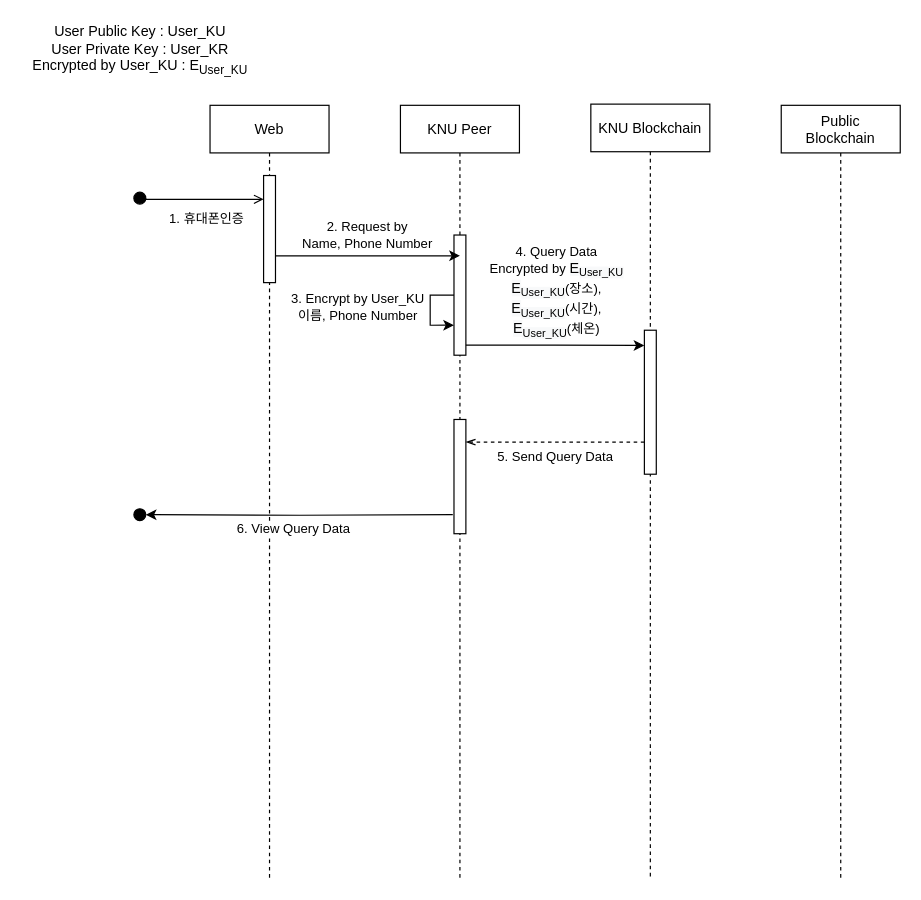
Before: page "query" (3 of 3) of Sequence Diagram.drawio in GunhyungKim/TrackingSystem, a draw.io diagram. Source tidied: cells renumbered, new cells numbered last; positions are measured from the earlier drawing's top-left corner, leaving out a move shared by most shapes. Both pictures are drawn from the tidied source at 119%, with x=0, y=0 at pixel (20, 20).
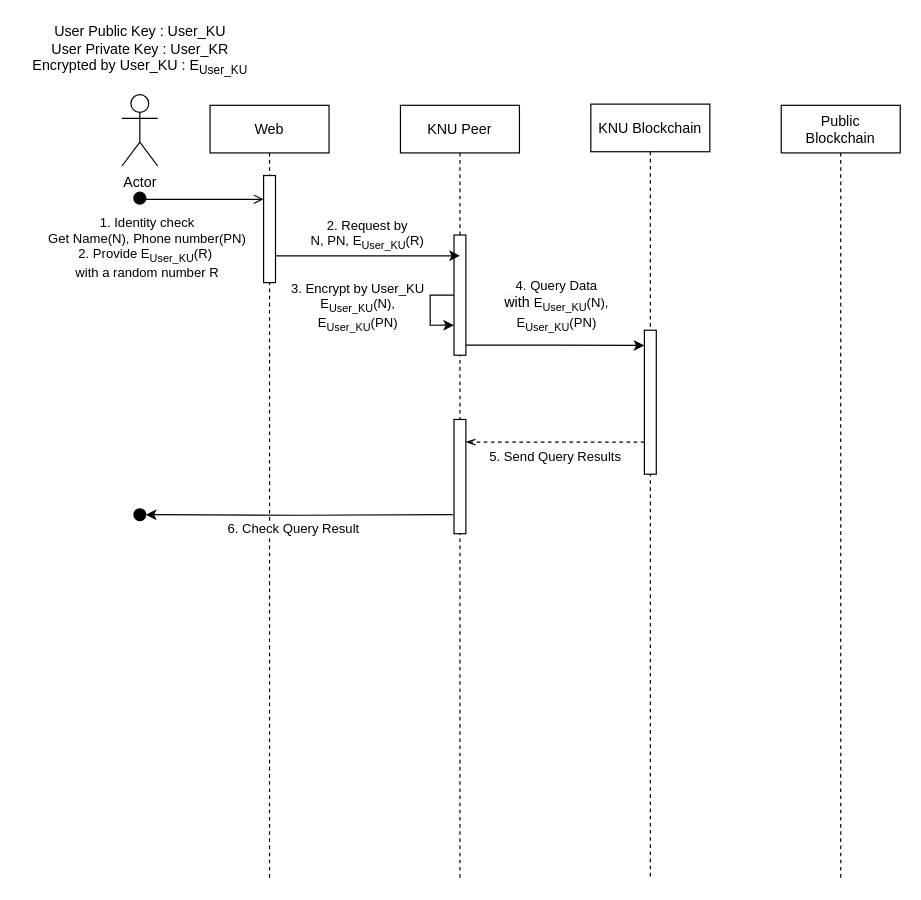
The same diagram, later.

Unchanged cells that the change refers to:
```xml
<mxCell id="7" style="edgeStyle=orthogonalEdgeStyle;rounded=0;orthogonalLoop=1;jettySize=auto;html=1;exitX=0;exitY=0.5;exitDx=0;exitDy=0;entryX=0;entryY=0.75;entryDx=0;entryDy=0;" parent="4" edge="1" source="5" target="5">
  <mxGeometry relative="1" as="geometry">
    <Array as="points">
      <mxPoint x="25" y="160" />
      <mxPoint x="25" y="185" />
    </Array>
  </mxGeometry>
</mxCell>
<mxCell id="12" style="edgeStyle=orthogonalEdgeStyle;rounded=0;jettySize=auto;html=1;exitX=1;exitY=0.5;exitDx=0;exitDy=0;endArrow=open;endFill=0;entryX=-0.1;entryY=0.133;entryDx=0;entryDy=0;entryPerimeter=0;" parent="1" edge="1" source="11">
  <mxGeometry relative="1" as="geometry">
    <mxPoint x="204" y="150" as="targetPoint" />
    <Array as="points">
      <mxPoint x="105" y="150" />
    </Array>
  </mxGeometry>
</mxCell>
<mxCell id="14" style="edgeStyle=orthogonalEdgeStyle;rounded=0;orthogonalLoop=1;jettySize=auto;html=1;exitX=0;exitY=0.75;exitDx=0;exitDy=0;entryX=1;entryY=0.25;entryDx=0;entryDy=0;endArrow=openThin;endFill=0;dashed=1;" parent="1" edge="1">
  <mxGeometry relative="1" as="geometry">
    <mxPoint x="524" y="354" as="sourcePoint" />
    <mxPoint x="374" y="354" as="targetPoint" />
  </mxGeometry>
</mxCell>
<mxCell id="17" style="edgeStyle=orthogonalEdgeStyle;rounded=0;jettySize=auto;html=1;exitX=1;exitY=0.75;exitDx=0;exitDy=0;entryX=0.5;entryY=0.173;entryDx=0;entryDy=0;entryPerimeter=0;" parent="1" edge="1" source="3" target="5">
  <mxGeometry relative="1" as="geometry" />
</mxCell>
<mxCell id="19" style="edgeStyle=orthogonalEdgeStyle;rounded=0;orthogonalLoop=1;jettySize=auto;html=1;exitX=1;exitY=0.75;exitDx=0;exitDy=0;entryX=0;entryY=0.147;entryDx=0;entryDy=0;entryPerimeter=0;" parent="1" edge="1">
  <mxGeometry relative="1" as="geometry">
    <mxPoint x="374" y="272.5" as="sourcePoint" />
    <mxPoint x="524" y="272.8" as="targetPoint" />
    <Array as="points">
      <mxPoint x="449" y="273" />
      <mxPoint x="449" y="273" />
    </Array>
  </mxGeometry>
</mxCell>
<mxCell id="23" style="edgeStyle=orthogonalEdgeStyle;rounded=0;jettySize=auto;html=1;entryX=1;entryY=0.5;entryDx=0;entryDy=0;endArrow=classic;endFill=1;" parent="1" edge="1" target="22">
  <mxGeometry relative="1" as="geometry">
    <mxPoint x="363" y="415" as="sourcePoint" />
  </mxGeometry>
</mxCell>
```

Diff of the diagram source:
```diff
@@
-    <mxCell id="8" value="3. Encrypt by User_KU&lt;br&gt;이름, Phone Number" style="edgeLabel;html=1;align=center;verticalAlign=middle;" parent="7" vertex="1">
+    <mxCell id="8" value="3. Encrypt by User_KU&lt;br&gt;E&lt;sub&gt;User_KU&lt;/sub&gt;(N),&lt;br&gt;E&lt;sub&gt;User_KU&lt;/sub&gt;(PN)" style="edgeLabel;html=1;align=center;verticalAlign=middle;" parent="7" vertex="1">
       <mxGeometry x="0.39" y="4" relative="1" as="geometry">
         <mxPoint x="-60.7" y="-11.8" as="offset" />
       </mxGeometry>
     </mxCell>
@@
-    <mxCell id="13" value="1. 휴대폰인증" style="edgeLabel;html=1;align=center;verticalAlign=middle;" parent="12" vertex="1">
+    <mxCell id="13" value="1. Identity check&lt;br&gt;Get Name(N), Phone number(PN)&lt;br&gt;2. Provide E&lt;sub&gt;User_KU&lt;/sub&gt;(R)&amp;nbsp;&lt;br&gt;with a random number R" style="edgeLabel;html=1;align=center;verticalAlign=middle;" parent="12" vertex="1">
       <mxGeometry x="0.26" y="1" relative="1" as="geometry">
-        <mxPoint x="-12" y="16" as="offset" />
+        <mxPoint x="-62" y="41" as="offset" />
       </mxGeometry>
     </mxCell>
@@
-    <mxCell id="15" value="5. Send Query Data" style="edgeLabel;html=1;align=center;verticalAlign=middle;" parent="14" vertex="1">
+    <mxCell id="15" value="5. Send Query Results" style="edgeLabel;html=1;align=center;verticalAlign=middle;" parent="14" vertex="1">
       <mxGeometry x="0.31" y="4" relative="1" as="geometry">
         <mxPoint x="22" y="7" as="offset" />
       </mxGeometry>
     </mxCell>
@@
-    <mxCell id="18" value="2. Request by&lt;br&gt;Name, Phone Number" style="edgeLabel;html=1;align=center;verticalAlign=middle;" parent="17" vertex="1">
+    <mxCell id="18" value="2. Request by&lt;br&gt;N, PN, E&lt;sub&gt;User_KU&lt;/sub&gt;(R)" style="edgeLabel;html=1;align=center;verticalAlign=middle;" parent="17" vertex="1">
       <mxGeometry y="26" relative="1" as="geometry">
         <mxPoint x="-1" y="8.5" as="offset" />
       </mxGeometry>
     </mxCell>
@@
-    <mxCell id="20" value="4. Query Data&lt;br&gt;Encrypted by&amp;nbsp;&lt;span style=&quot;font-size: 12px ; background-color: rgb(248 , 249 , 250)&quot;&gt;E&lt;/span&gt;&lt;sub style=&quot;background-color: rgb(248 , 249 , 250)&quot;&gt;User_KU&lt;/sub&gt;&lt;br&gt;&lt;span style=&quot;font-size: 12px ; background-color: rgb(248 , 249 , 250)&quot;&gt;E&lt;/span&gt;&lt;sub style=&quot;background-color: rgb(248 , 249 , 250)&quot;&gt;User_KU&lt;/sub&gt;(장소),&lt;br&gt;&lt;span style=&quot;font-size: 12px ; background-color: rgb(248 , 249 , 250)&quot;&gt;E&lt;/span&gt;&lt;sub style=&quot;background-color: rgb(248 , 249 , 250)&quot;&gt;User_KU&lt;/sub&gt;(시간),&lt;br&gt;&lt;span style=&quot;font-size: 12px ; background-color: rgb(248 , 249 , 250)&quot;&gt;E&lt;/span&gt;&lt;sub style=&quot;background-color: rgb(248 , 249 , 250)&quot;&gt;User_KU&lt;/sub&gt;(체온)" style="edgeLabel;html=1;align=center;verticalAlign=middle;" parent="19" vertex="1">
+    <mxCell id="20" value="4. Query Data&lt;br&gt;&lt;span style=&quot;font-size: 12px ; background-color: rgb(248 , 249 , 250)&quot;&gt;with&amp;nbsp;&lt;/span&gt;E&lt;sub&gt;User_KU&lt;/sub&gt;(N),&lt;br&gt;E&lt;sub&gt;User_KU&lt;/sub&gt;(PN)" style="edgeLabel;html=1;align=center;verticalAlign=middle;" parent="19" vertex="1">
       <mxGeometry y="-48" relative="1" as="geometry">
-        <mxPoint x="0.3" y="-92.8" as="offset" />
+        <mxPoint x="0.3" y="-80.5" as="offset" />
       </mxGeometry>
     </mxCell>
@@
-    <mxCell id="24" value="6. View Query Data" style="edgeLabel;html=1;align=center;verticalAlign=middle;" parent="23" vertex="1">
+    <mxCell id="24" value="6. Check Query Result" style="edgeLabel;html=1;align=center;verticalAlign=middle;" parent="23" vertex="1">
       <mxGeometry x="0.11" y="-1" relative="1" as="geometry">
         <mxPoint x="8" y="12" as="offset" />
       </mxGeometry>
     </mxCell>
+    <mxCell id="25" value="Actor" style="shape=umlActor;verticalLabelPosition=bottom;verticalAlign=top;html=1;fillColor=#ffffff;" parent="1" vertex="1">
+      <mxGeometry x="85" y="62" width="30" height="60" as="geometry" />
+    </mxCell>
```
